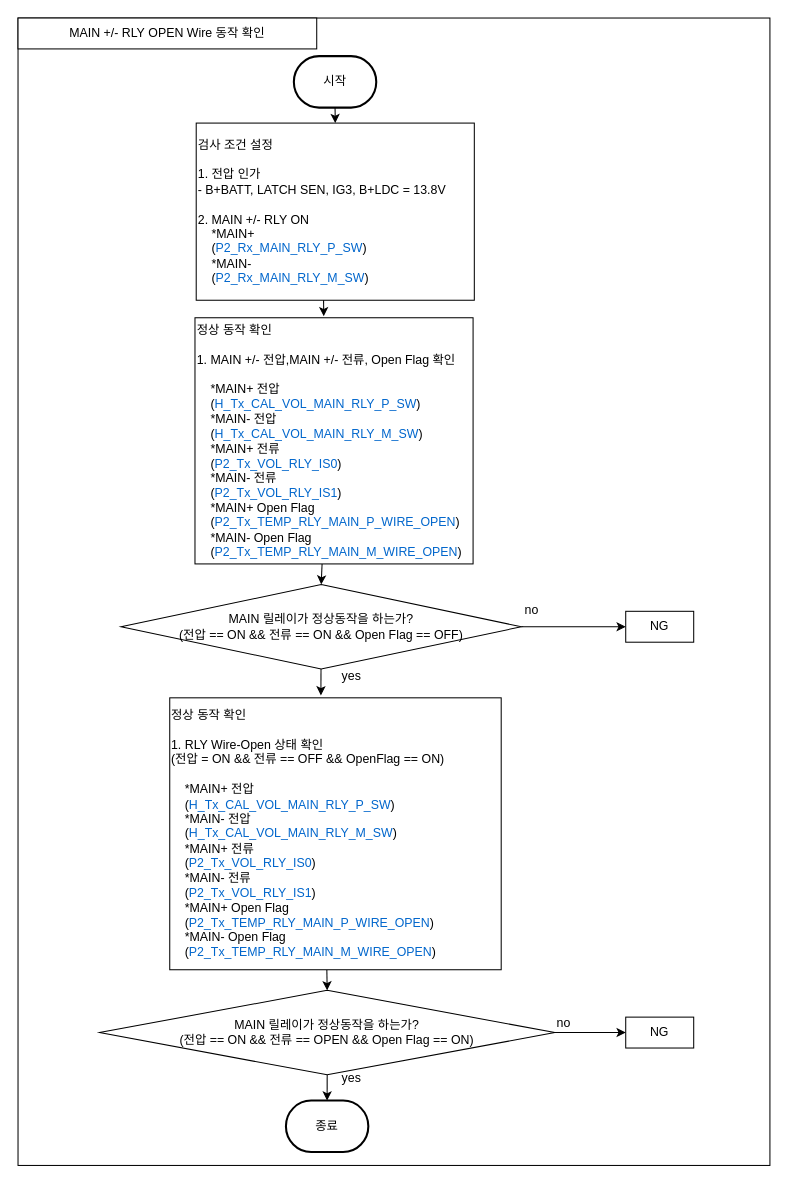
Before: MAIN +/- RLY OPEN Wire 동작 확인.drawio in chaeyoonl/state-transition-diagram-test, a draw.io diagram. Source tidied: cells renumbered, new cells numbered last; positions are measured from the earlier drawing's top-left corner, leaving out a move shared by most shapes. Both pictures are drawn from the tidied source at 103%, with x=0, y=0 at pixel (18, 18).
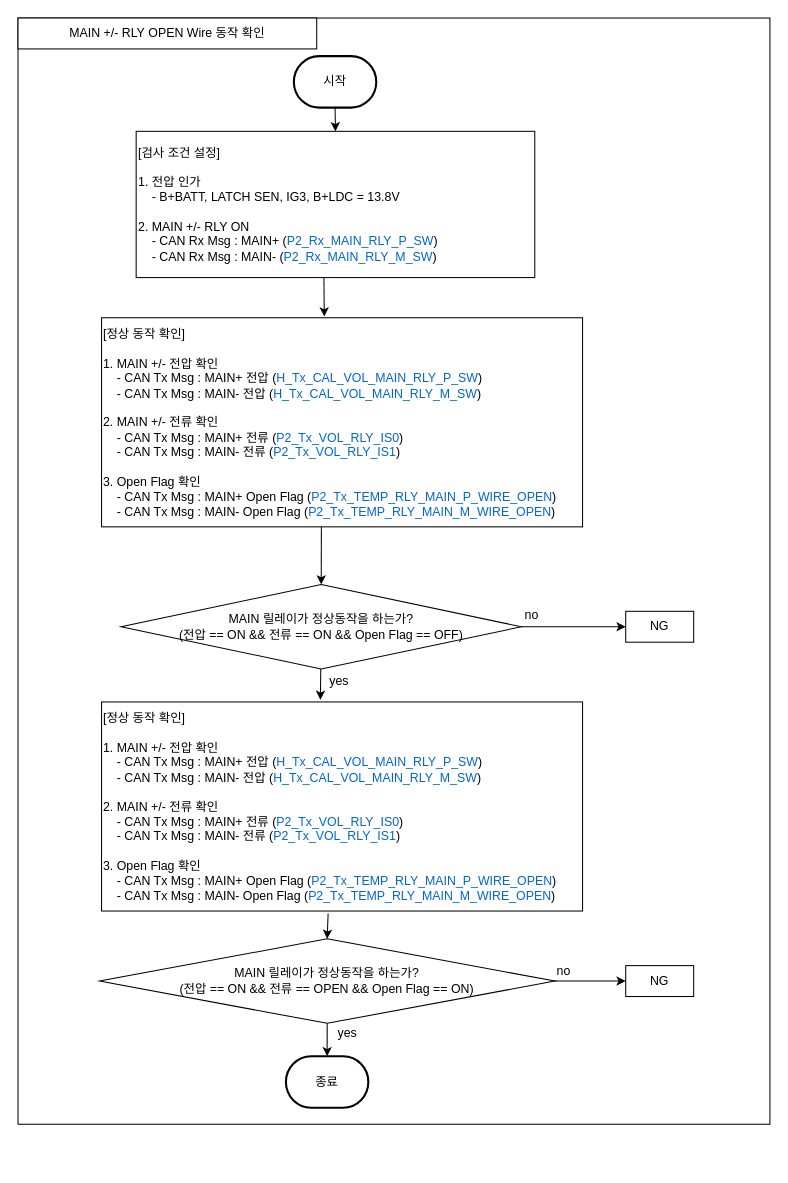
The same diagram, later.

Commit message:
- RLY OPEN Wire 동작 확인.drawio 업데이트

Unchanged cells that the change refers to:
```xml
<mxCell id="11" value="MAIN 릴레이가 정상동작을 하는가?&lt;br&gt;(전압 == ON &amp;amp;&amp;amp;&amp;nbsp;전류 == ON &amp;amp;&amp;amp;&amp;nbsp;Open Flag == OFF)" style="rhombus;whiteSpace=wrap;html=1;" parent="1" vertex="1">
  <mxGeometry x="100" y="550" width="388.7" height="82" as="geometry" />
</mxCell>
```

The edit, as a diff of the source:
```diff
@@
     <mxCell id="2" style="rounded=0;whiteSpace=wrap;html=1;" parent="1" vertex="1">
-      <mxGeometry width="730" height="1114" as="geometry" />
+      <mxGeometry width="730" height="1074" as="geometry" />
     </mxCell>
@@
     <mxCell id="6" value="종료" style="strokeWidth=2;html=1;shape=mxgraph.flowchart.terminator;whiteSpace=wrap;" parent="1" vertex="1">
-      <mxGeometry x="260.1" y="1051" width="80" height="50" as="geometry" />
+      <mxGeometry x="260.1" y="1008" width="80" height="50" as="geometry" />
     </mxCell>
-    <mxCell id="7" value="검사 조건 설정&lt;br&gt;&lt;br&gt;1. 전압 인가&lt;br&gt;- B+BATT, LATCH SEN, IG3, B+LDC = 13.8V&lt;br&gt;&lt;br&gt;2. MAIN +/- RLY ON&lt;br style=&quot;border-color: var(--border-color);&quot;&gt;&amp;nbsp; &amp;nbsp; *MAIN+&lt;br style=&quot;border-color: var(--border-color);&quot;&gt;&amp;nbsp; &amp;nbsp; (&lt;font style=&quot;border-color: var(--border-color);&quot; color=&quot;#0066cc&quot;&gt;P2_Rx_MAIN_RLY_P_SW&lt;/font&gt;)&lt;br style=&quot;border-color: var(--border-color);&quot;&gt;&amp;nbsp; &amp;nbsp; *MAIN-&lt;br style=&quot;border-color: var(--border-color);&quot;&gt;&amp;nbsp; &amp;nbsp; (&lt;font style=&quot;border-color: var(--border-color);&quot; color=&quot;#0066cc&quot;&gt;P2_Rx_MAIN_RLY_M_SW&lt;/font&gt;)" style="rounded=0;whiteSpace=wrap;html=1;align=left;" parent="1" vertex="1">
-      <mxGeometry x="173" y="102" width="270" height="172" as="geometry" />
+    <mxCell id="7" value="[검사 조건 설정]&lt;br&gt;&lt;br&gt;1. 전압 인가&lt;br&gt;&amp;nbsp; &amp;nbsp; - B+BATT, LATCH SEN, IG3, B+LDC = 13.8V&lt;br&gt;&lt;br&gt;2. MAIN +/- RLY ON&lt;br style=&quot;border-color: var(--border-color);&quot;&gt;&amp;nbsp; &amp;nbsp; - CAN Rx Msg :&amp;nbsp;MAIN+&amp;nbsp;(&lt;font style=&quot;border-color: var(--border-color);&quot; color=&quot;#0066cc&quot;&gt;P2_Rx_MAIN_RLY_P_SW&lt;/font&gt;)&lt;br style=&quot;border-color: var(--border-color);&quot;&gt;&amp;nbsp; &amp;nbsp; - CAN Rx Msg :&amp;nbsp;MAIN-&amp;nbsp;(&lt;font style=&quot;border-color: var(--border-color);&quot; color=&quot;#0066cc&quot;&gt;P2_Rx_MAIN_RLY_M_SW&lt;/font&gt;)" style="rounded=0;whiteSpace=wrap;html=1;align=left;" parent="1" vertex="1">
+      <mxGeometry x="114.7" y="110" width="387" height="142" as="geometry" />
     </mxCell>
@@
     <mxCell id="9" value="yes" style="text;html=1;strokeColor=none;fillColor=none;align=center;verticalAlign=middle;whiteSpace=wrap;rounded=0;" parent="1" vertex="1">
-      <mxGeometry x="294.4" y="1014" width="60" height="30" as="geometry" />
+      <mxGeometry x="290" y="971" width="60" height="30" as="geometry" />
     </mxCell>
@@
-    <mxCell id="12" style="endArrow=classic;html=1;rounded=0;entryX=0.456;entryY=-0.009;entryDx=0;entryDy=0;entryPerimeter=0;" parent="1" edge="1" source="11" target="22">
+    <mxCell id="12" style="endArrow=classic;html=1;rounded=0;entryX=0.455;entryY=-0.01;entryDx=0;entryDy=0;entryPerimeter=0;" parent="1" edge="1" source="11" target="25">
       <mxGeometry relative="1" as="geometry" />
     </mxCell>
     <mxCell id="13" value="yes" style="text;html=1;strokeColor=none;fillColor=none;align=center;verticalAlign=middle;whiteSpace=wrap;rounded=0;" parent="1" vertex="1">
-      <mxGeometry x="294.4" y="624" width="60" height="30" as="geometry" />
+      <mxGeometry x="282.1" y="629" width="60" height="30" as="geometry" />
     </mxCell>
@@
     <mxCell id="16" value="no" style="text;html=1;strokeColor=none;fillColor=none;align=center;verticalAlign=middle;whiteSpace=wrap;rounded=0;" parent="1" vertex="1">
-      <mxGeometry x="469" y="560" width="60" height="30" as="geometry" />
+      <mxGeometry x="469" y="565" width="60" height="30" as="geometry" />
     </mxCell>
     <mxCell id="17" value="NG" style="rounded=0;whiteSpace=wrap;html=1;align=center;" parent="1" vertex="1">
-      <mxGeometry x="590" y="970" width="66" height="30" as="geometry" />
+      <mxGeometry x="590" y="920" width="66" height="30" as="geometry" />
     </mxCell>
@@
     <mxCell id="19" value="no" style="text;html=1;strokeColor=none;fillColor=none;align=center;verticalAlign=middle;whiteSpace=wrap;rounded=0;" parent="1" vertex="1">
-      <mxGeometry x="500" y="961" width="60" height="30" as="geometry" />
+      <mxGeometry x="500" y="911" width="60" height="30" as="geometry" />
     </mxCell>
-    <mxCell id="20" value="정상 동작 확인&lt;br&gt;&lt;br&gt;1. MAIN +/- 전압,MAIN +/-&amp;nbsp;전류, Open Flag 확인&lt;br&gt;&lt;br&gt;&amp;nbsp; &amp;nbsp; *MAIN+ 전압&lt;br&gt;&amp;nbsp; &amp;nbsp;&amp;nbsp;(&lt;font color=&quot;#0066cc&quot;&gt;H_Tx_CAL_VOL_MAIN_RLY_P_SW&lt;/font&gt;)&lt;br&gt;&amp;nbsp; &amp;nbsp;&amp;nbsp;*MAIN- 전압&lt;br&gt;&amp;nbsp; &amp;nbsp;&amp;nbsp;(&lt;font color=&quot;#0066cc&quot;&gt;H_Tx_CAL_VOL_MAIN_RLY_M_SW&lt;/font&gt;)&lt;br&gt;&amp;nbsp; &amp;nbsp;&amp;nbsp;*MAIN+ 전류&lt;br style=&quot;border-color: var(--border-color);&quot;&gt;&amp;nbsp; &amp;nbsp;&amp;nbsp;(&lt;font color=&quot;#0066cc&quot;&gt;P2_Tx_VOL_RLY_IS0&lt;/font&gt;)&lt;br style=&quot;border-color: var(--border-color);&quot;&gt;&amp;nbsp; &amp;nbsp;&amp;nbsp;*MAIN- 전류&lt;br style=&quot;border-color: var(--border-color);&quot;&gt;&amp;nbsp; &amp;nbsp;&amp;nbsp;(&lt;font color=&quot;#0066cc&quot;&gt;P2_Tx_VOL_RLY_IS1&lt;/font&gt;)&lt;br&gt;&amp;nbsp; &amp;nbsp;&amp;nbsp;*MAIN+ Open Flag&lt;br style=&quot;border-color: var(--border-color);&quot;&gt;&amp;nbsp; &amp;nbsp;&amp;nbsp;(&lt;font color=&quot;#0066cc&quot;&gt;P2_Tx_TEMP_RLY_MAIN_P_WIRE_OPEN&lt;/font&gt;)&lt;br style=&quot;border-color: var(--border-color);&quot;&gt;&amp;nbsp; &amp;nbsp;&amp;nbsp;*MAIN- Open Flag&lt;br style=&quot;border-color: var(--border-color);&quot;&gt;&amp;nbsp; &amp;nbsp;&amp;nbsp;(&lt;font color=&quot;#0066cc&quot;&gt;P2_Tx_TEMP_RLY_MAIN_M_WIRE_OPEN&lt;/font&gt;)" style="rounded=0;whiteSpace=wrap;html=1;align=left;" parent="1" vertex="1">
-      <mxGeometry x="171.8" y="291" width="270" height="239" as="geometry" />
+    <mxCell id="20" value="[정상 동작 확인]&lt;br&gt;&lt;br&gt;1. MAIN +/- 전압 확인&lt;br&gt;&amp;nbsp; &amp;nbsp; - CAN Tx Msg : MAIN+ 전압&amp;nbsp;(&lt;font style=&quot;border-color: var(--border-color);&quot; color=&quot;#0066cc&quot;&gt;H_Tx_CAL_VOL_MAIN_RLY_P_SW&lt;/font&gt;)&lt;br style=&quot;border-color: var(--border-color);&quot;&gt;&amp;nbsp; &amp;nbsp; - CAN Tx Msg :&amp;nbsp;MAIN- 전압&amp;nbsp;(&lt;font style=&quot;border-color: var(--border-color);&quot; color=&quot;#0066cc&quot;&gt;H_Tx_CAL_VOL_MAIN_RLY_M_SW&lt;/font&gt;)&lt;br style=&quot;border-color: var(--border-color);&quot;&gt;&lt;br&gt;2. MAIN +/-&amp;nbsp;전류 확인 &lt;br&gt;&amp;nbsp; &amp;nbsp; - CAN Tx Msg :&amp;nbsp;MAIN+ 전류&amp;nbsp;(&lt;font style=&quot;border-color: var(--border-color);&quot; color=&quot;#0066cc&quot;&gt;P2_Tx_VOL_RLY_IS0&lt;/font&gt;)&lt;br style=&quot;border-color: var(--border-color);&quot;&gt;&amp;nbsp; &amp;nbsp; - CAN Tx Msg :&amp;nbsp;MAIN- 전류&amp;nbsp;(&lt;font style=&quot;border-color: var(--border-color);&quot; color=&quot;#0066cc&quot;&gt;P2_Tx_VOL_RLY_IS1&lt;/font&gt;)&lt;br style=&quot;border-color: var(--border-color);&quot;&gt;&lt;br&gt;3. Open Flag 확인&lt;br&gt;&amp;nbsp; &amp;nbsp; - CAN Tx Msg :&amp;nbsp;MAIN+ Open Flag&amp;nbsp;(&lt;font style=&quot;border-color: var(--border-color);&quot; color=&quot;#0066cc&quot;&gt;P2_Tx_TEMP_RLY_MAIN_P_WIRE_OPEN&lt;/font&gt;)&lt;br style=&quot;border-color: var(--border-color);&quot;&gt;&amp;nbsp; &amp;nbsp; - CAN Tx Msg :&amp;nbsp;MAIN- Open Flag&amp;nbsp;(&lt;font style=&quot;border-color: var(--border-color);&quot; color=&quot;#0066cc&quot;&gt;P2_Tx_TEMP_RLY_MAIN_M_WIRE_OPEN&lt;/font&gt;)" style="rounded=0;whiteSpace=wrap;html=1;align=left;" parent="1" vertex="1">
+      <mxGeometry x="81.1" y="291" width="467" height="203" as="geometry" />
     </mxCell>
-    <mxCell id="21" style="endArrow=classic;html=1;rounded=0;exitX=0.458;exitY=1;exitDx=0;exitDy=0;exitPerimeter=0;entryX=0.463;entryY=-0.006;entryDx=0;entryDy=0;entryPerimeter=0;" parent="1" edge="1" source="7" target="20">
+    <mxCell id="21" style="endArrow=classic;html=1;rounded=0;exitX=0.471;exitY=1.002;exitDx=0;exitDy=0;exitPerimeter=0;entryX=0.463;entryY=-0.006;entryDx=0;entryDy=0;entryPerimeter=0;" parent="1" edge="1" source="7" target="20">
       <mxGeometry relative="1" as="geometry" />
     </mxCell>
-    <mxCell id="22" value="정상 동작 확인&lt;br&gt;&lt;br&gt;1. RLY Wire-Open 상태 확인&lt;br style=&quot;border-color: var(--border-color);&quot;&gt;(전압 = ON &amp;amp;&amp;amp; 전류 == OFF &amp;amp;&amp;amp; OpenFlag == ON)&lt;br&gt;&lt;br&gt;&amp;nbsp; &amp;nbsp;&amp;nbsp;*MAIN+ 전압&lt;br&gt;&amp;nbsp; &amp;nbsp;&amp;nbsp;(&lt;font color=&quot;#0066cc&quot;&gt;H_Tx_CAL_VOL_MAIN_RLY_P_SW&lt;/font&gt;)&lt;br&gt;&amp;nbsp; &amp;nbsp;&amp;nbsp;*MAIN- 전압&lt;br&gt;&amp;nbsp; &amp;nbsp;&amp;nbsp;(&lt;font color=&quot;#0066cc&quot;&gt;H_Tx_CAL_VOL_MAIN_RLY_M_SW&lt;/font&gt;)&lt;br&gt;&amp;nbsp; &amp;nbsp;&amp;nbsp;*MAIN+ 전류&lt;br style=&quot;border-color: var(--border-color);&quot;&gt;&amp;nbsp; &amp;nbsp;&amp;nbsp;(&lt;font color=&quot;#0066cc&quot;&gt;P2_Tx_VOL_RLY_IS0&lt;/font&gt;)&lt;br style=&quot;border-color: var(--border-color);&quot;&gt;&amp;nbsp; &amp;nbsp;&amp;nbsp;*MAIN- 전류&lt;br style=&quot;border-color: var(--border-color);&quot;&gt;&amp;nbsp; &amp;nbsp;&amp;nbsp;(&lt;font color=&quot;#0066cc&quot;&gt;P2_Tx_VOL_RLY_IS1&lt;/font&gt;)&lt;br&gt;&amp;nbsp; &amp;nbsp;&amp;nbsp;*MAIN+ Open Flag&lt;br style=&quot;border-color: var(--border-color);&quot;&gt;&amp;nbsp; &amp;nbsp;&amp;nbsp;(&lt;font color=&quot;#0066cc&quot;&gt;P2_Tx_TEMP_RLY_MAIN_P_WIRE_OPEN&lt;/font&gt;)&lt;br style=&quot;border-color: var(--border-color);&quot;&gt;&amp;nbsp; &amp;nbsp;&amp;nbsp;*MAIN- Open Flag&lt;br style=&quot;border-color: var(--border-color);&quot;&gt;&amp;nbsp; &amp;nbsp;&amp;nbsp;(&lt;font color=&quot;#0066cc&quot;&gt;P2_Tx_TEMP_RLY_MAIN_M_WIRE_OPEN&lt;/font&gt;)" style="rounded=0;whiteSpace=wrap;html=1;align=left;" parent="1" vertex="1">
-      <mxGeometry x="147.3" y="660" width="321.8" height="264" as="geometry" />
-    </mxCell>
     <mxCell id="23" value="MAIN 릴레이가 정상동작을 하는가?&lt;br style=&quot;border-color: var(--border-color);&quot;&gt;(전압 == ON &amp;amp;&amp;amp;&amp;nbsp;전류 == OPEN &amp;amp;&amp;amp;&amp;nbsp;Open Flag == ON)" style="rhombus;whiteSpace=wrap;html=1;" parent="1" vertex="1">
-      <mxGeometry x="79.1" y="944" width="442.1" height="82" as="geometry" />
+      <mxGeometry x="79.1" y="894" width="442.1" height="82" as="geometry" />
     </mxCell>
-    <mxCell id="24" style="endArrow=classic;html=1;rounded=0;exitX=0.474;exitY=1.001;exitDx=0;exitDy=0;exitPerimeter=0;entryX=0.5;entryY=0;entryDx=0;entryDy=0;" parent="1" edge="1" source="22" target="23">
+    <mxCell id="24" style="endArrow=classic;html=1;rounded=0;exitX=0.471;exitY=1.012;exitDx=0;exitDy=0;exitPerimeter=0;entryX=0.5;entryY=0;entryDx=0;entryDy=0;" parent="1" edge="1" source="25" target="23">
       <mxGeometry relative="1" as="geometry" />
     </mxCell>
+    <mxCell id="25" value="[정상 동작 확인]&lt;br&gt;&lt;br&gt;1. MAIN +/- 전압 확인&lt;br&gt;&amp;nbsp; &amp;nbsp; - CAN Tx Msg : MAIN+ 전압&amp;nbsp;(&lt;font style=&quot;border-color: var(--border-color);&quot; color=&quot;#0066cc&quot;&gt;H_Tx_CAL_VOL_MAIN_RLY_P_SW&lt;/font&gt;)&lt;br style=&quot;border-color: var(--border-color);&quot;&gt;&amp;nbsp; &amp;nbsp; - CAN Tx Msg :&amp;nbsp;MAIN- 전압&amp;nbsp;(&lt;font style=&quot;border-color: var(--border-color);&quot; color=&quot;#0066cc&quot;&gt;H_Tx_CAL_VOL_MAIN_RLY_M_SW&lt;/font&gt;)&lt;br style=&quot;border-color: var(--border-color);&quot;&gt;&lt;br&gt;2. MAIN +/-&amp;nbsp;전류 확인 &lt;br&gt;&amp;nbsp; &amp;nbsp; - CAN Tx Msg :&amp;nbsp;MAIN+ 전류&amp;nbsp;(&lt;font style=&quot;border-color: var(--border-color);&quot; color=&quot;#0066cc&quot;&gt;P2_Tx_VOL_RLY_IS0&lt;/font&gt;)&lt;br style=&quot;border-color: var(--border-color);&quot;&gt;&amp;nbsp; &amp;nbsp; - CAN Tx Msg :&amp;nbsp;MAIN- 전류&amp;nbsp;(&lt;font style=&quot;border-color: var(--border-color);&quot; color=&quot;#0066cc&quot;&gt;P2_Tx_VOL_RLY_IS1&lt;/font&gt;)&lt;br style=&quot;border-color: var(--border-color);&quot;&gt;&lt;br&gt;3. Open Flag 확인&lt;br&gt;&amp;nbsp; &amp;nbsp; - CAN Tx Msg :&amp;nbsp;MAIN+ Open Flag&amp;nbsp;(&lt;font style=&quot;border-color: var(--border-color);&quot; color=&quot;#0066cc&quot;&gt;P2_Tx_TEMP_RLY_MAIN_P_WIRE_OPEN&lt;/font&gt;)&lt;br style=&quot;border-color: var(--border-color);&quot;&gt;&amp;nbsp; &amp;nbsp; - CAN Tx Msg :&amp;nbsp;MAIN- Open Flag&amp;nbsp;(&lt;font style=&quot;border-color: var(--border-color);&quot; color=&quot;#0066cc&quot;&gt;P2_Tx_TEMP_RLY_MAIN_M_WIRE_OPEN&lt;/font&gt;)" style="rounded=0;whiteSpace=wrap;html=1;align=left;" parent="1" vertex="1">
+      <mxGeometry x="81.1" y="664" width="467" height="203" as="geometry" />
+    </mxCell>
```
